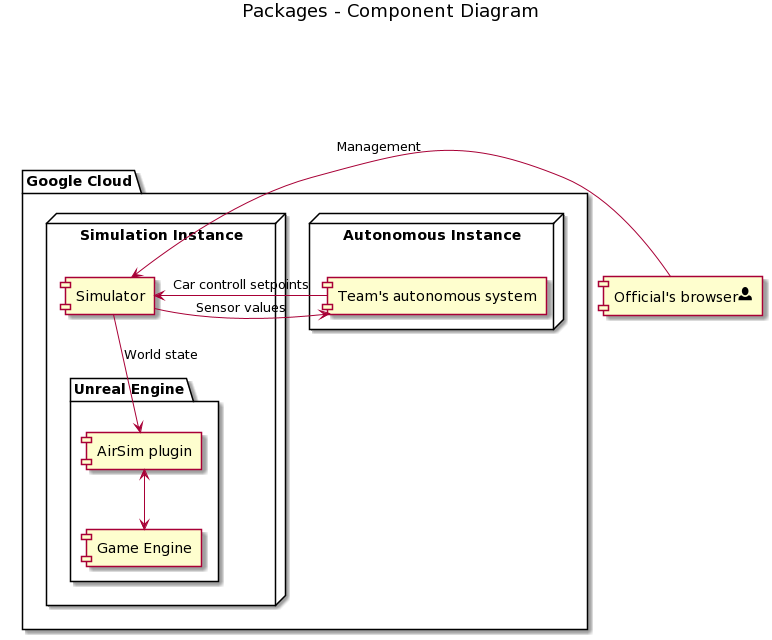
Earlier version of the PlantUML export docs/images/system-overview.png (FS-Driverless/Formula-Student-Driverless-Simulator). Its diagram source:
```plantuml
@startuml
title Packages - Component Diagram

package "Google Cloud" {
    node "Autonomous Instance" {
        [Team's autonomous system] as AS
    }

    node "Simulation Instance" {
        package "Unreal Engine" {
            [Game Engine]
            [AirSim plugin]
        }
        [Simulator]
    }


    [Simulator] --> [AirSim plugin]: World state
    [AirSim plugin] <--> [Game Engine]

    [AS] -right-> [Simulator] : Car controll setpoints
    [Simulator] -left-> [AS] : Sensor values
}

[Official's browser<size:20><&person></size>] as official
[official] -right-> [Simulator] : Management
@enduml
```
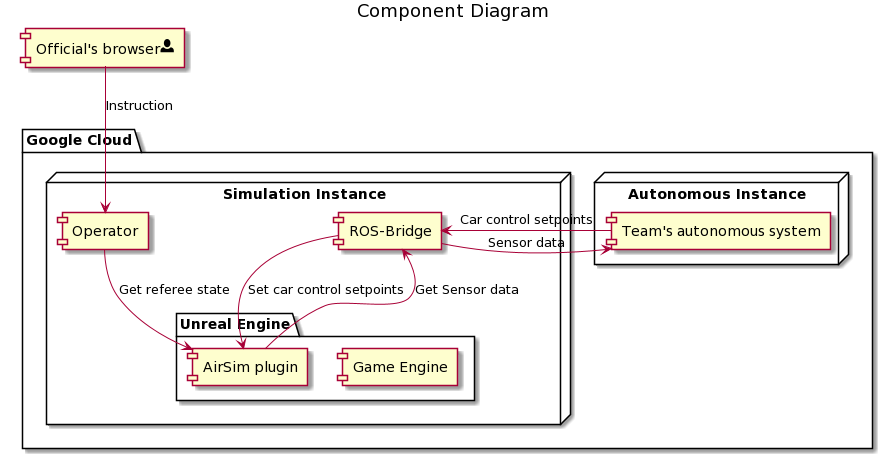
After the commit.

What changed in the source:
```diff
@@ -1,5 +1,5 @@
 @startuml
-title Packages - Component Diagram
+title Component Diagram
 
 package "Google Cloud" {
     node "Autonomous Instance" {
@@ -11,17 +11,19 @@
             [Game Engine]
             [AirSim plugin]
         }
-        [Simulator]
+        [Operator]
+        [ROS-Bridge]
     }
 
 
-    [Simulator] --> [AirSim plugin]: World state
-    [AirSim plugin] <--> [Game Engine]
+    [Operator] --> [AirSim plugin]: Get referee state
+    [ROS-Bridge] --> [AirSim plugin]: Set car control setpoints
+    [ROS-Bridge] <-- [AirSim plugin]: Get Sensor data
 
-    [AS] -right-> [Simulator] : Car controll setpoints
-    [Simulator] -left-> [AS] : Sensor values
+    [AS] -right-> [ROS-Bridge] : Car control setpoints
+    [ROS-Bridge] -left-> [AS] : Sensor data
 }
 
 [Official's browser<size:20><&person></size>] as official
-[official] -right-> [Simulator] : Management
+[official] -down-> [Operator] : Instruction
 @enduml
```
